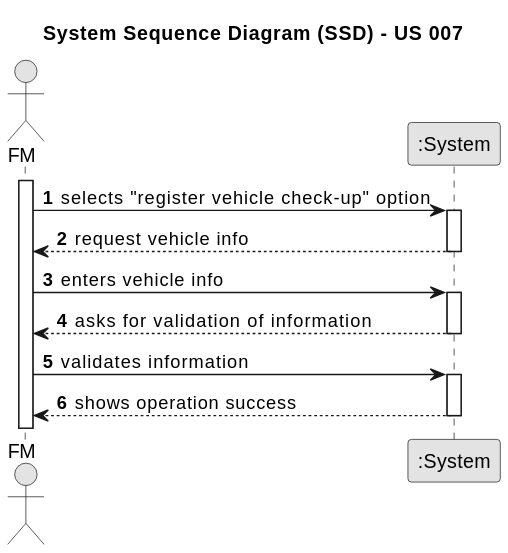
Earlier version of the PlantUML export docs/sprintB/us007/01.requirements-engineering/svg/us007-system-sequence-diagram.svg (Departamento-de-Engenharia-Informatica/lei-24-s2-1dm-g132). Source of this version:
```plantuml
@startuml
skinparam monochrome true
skinparam packageStyle rectangle
skinparam shadowing false

title System Sequence Diagram (SSD) - US 007

autonumber

actor "FM" as FM
participant ":System" as System


activate FM

    FM -> System: selects "register vehicle check-up" option
    activate System

         System --> FM: request vehicle info
            deactivate System
                FM -> System: enters vehicle info
                    activate System
                       System --> FM: asks for validation of information
                                deactivate System
                                                FM -> System: validates information
                                                    activate System
                                                                           System --> FM: shows operation success
                                                                                    deactivate System
@enduml
```
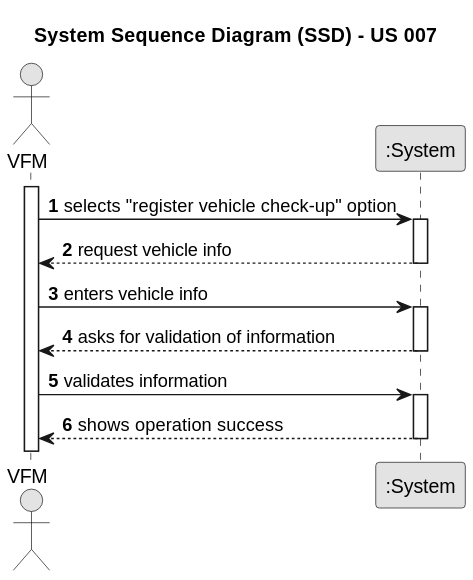
The same diagram one commit later.

The edit, as a diff of the source:
```diff
@@ -7,23 +7,23 @@
 
 autonumber
 
-actor "FM" as FM
+actor "VFM" as VFM
 participant ":System" as System
 
 
-activate FM
+activate VFM
 
-    FM -> System: selects "register vehicle check-up" option
+    VFM -> System: selects "register vehicle check-up" option
     activate System
 
-         System --> FM: request vehicle info
+         System --> VFM: request vehicle info
             deactivate System
-                FM -> System: enters vehicle info
+                VFM -> System: enters vehicle info
                     activate System
-                       System --> FM: asks for validation of information
+                       System --> VFM: asks for validation of information
                                 deactivate System
-                                                FM -> System: validates information
+                                                VFM -> System: validates information
                                                     activate System
-                                                                           System --> FM: shows operation success
+                                                                           System --> VFM: shows operation success
                                                                                     deactivate System
 @enduml
```
